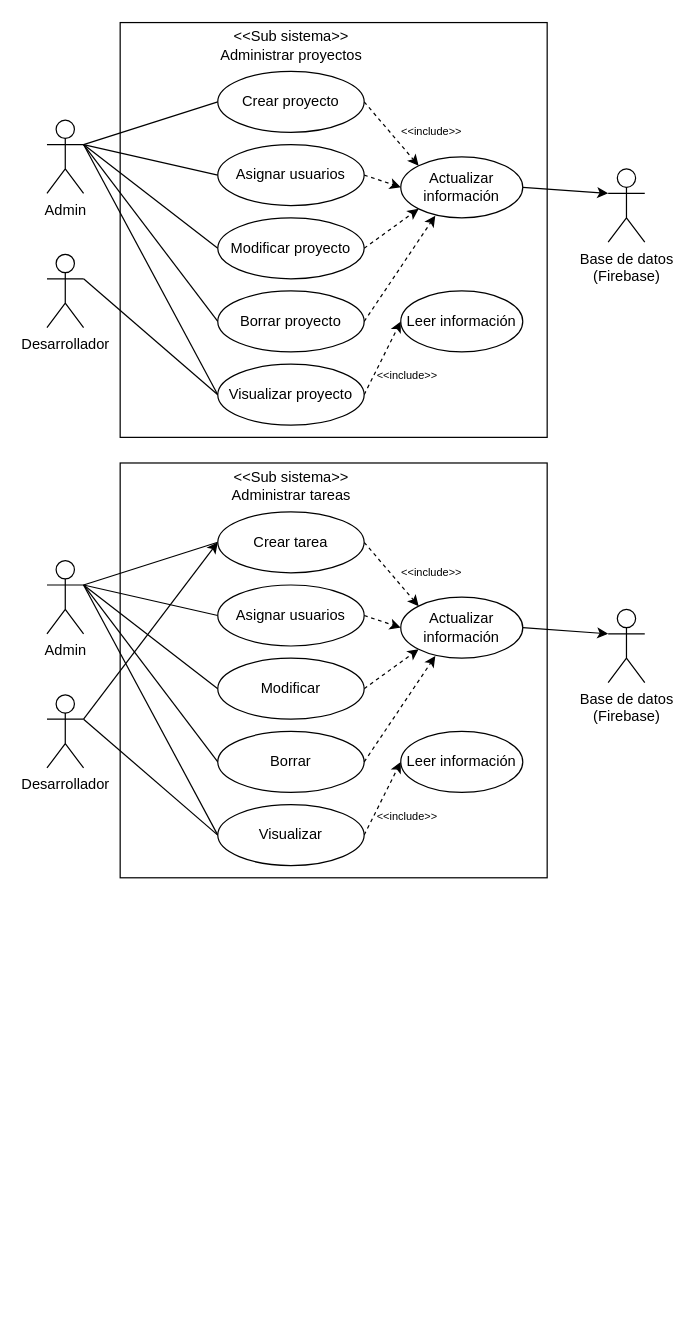
Apantli/Tenor keeps this draw.io diagram as diagrams/use-case-diagram.drawio. Above is the earlier version. Source tidied: cells renumbered, new cells numbered last; positions are measured from the earlier drawing's top-left corner, leaving out a move shared by most shapes. Both pictures are drawn from the tidied source at 122%, with x=0, y=0 at pixel (46, 21).
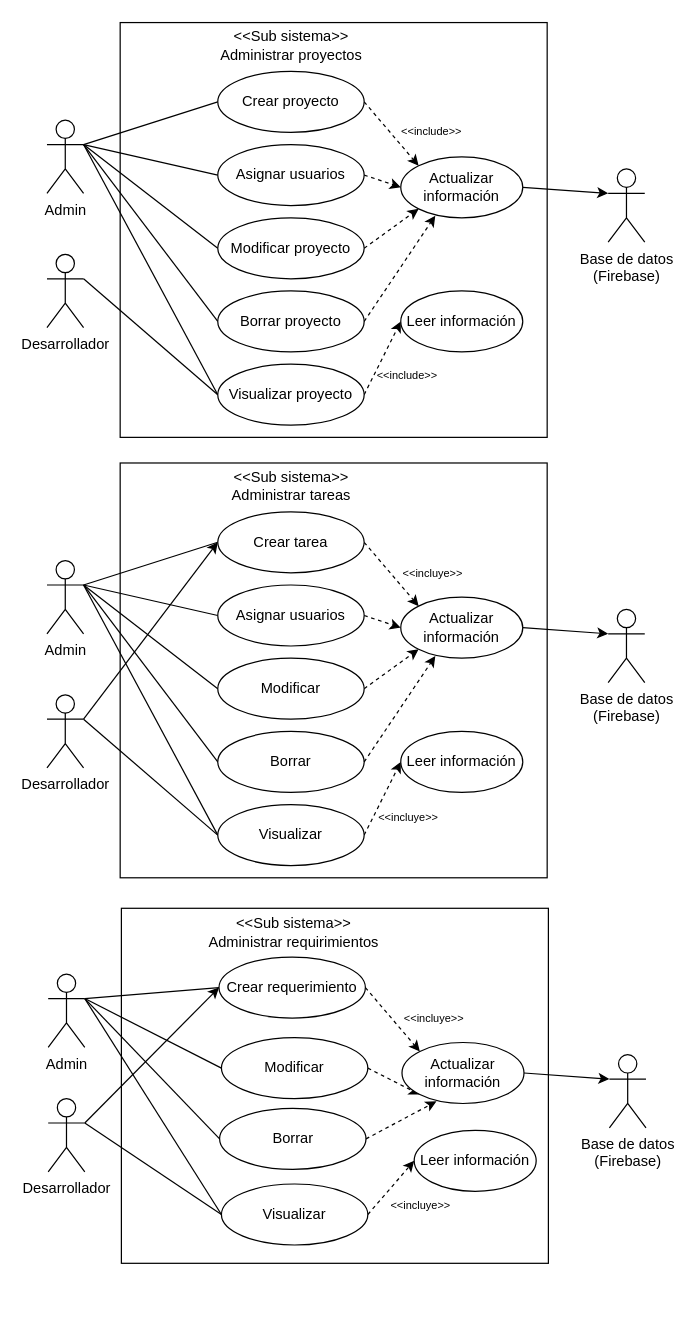
The same page after the edit.

Unchanged cells that the change refers to:
```xml
<mxCell id="29" style="group;" parent="1" vertex="1">
  <mxGeometry y="361" width="490" height="341" as="geometry" />
</mxCell>
```

Diff of the diagram source:
```diff
@@
-    <mxCell id="55" value="&amp;lt;&amp;lt;include&amp;gt;&amp;gt;" style="text;html=1;align=center;verticalAlign=middle;strokeColor=none;fillColor=none;fontSize=9;" parent="29" vertex="1">
-      <mxGeometry x="280" y="81" width="70" height="20" as="geometry" />
+    <mxCell id="55" value="&amp;lt;&amp;lt;incluye&amp;gt;&amp;gt;" style="text;html=1;align=center;verticalAlign=middle;strokeColor=none;fillColor=none;fontSize=9;" parent="29" vertex="1">
+      <mxGeometry x="282" y="80" width="67" height="23" as="geometry" />
     </mxCell>
-    <mxCell id="56" value="&amp;lt;&amp;lt;include&amp;gt;&amp;gt;" style="text;html=1;align=center;verticalAlign=middle;strokeColor=none;fillColor=none;fontSize=9;" parent="29" vertex="1">
-      <mxGeometry x="260" y="281" width="70" height="20" as="geometry" />
+    <mxCell id="56" value="&amp;lt;&amp;lt;incluye&amp;gt;&amp;gt;" style="text;html=1;align=center;verticalAlign=middle;strokeColor=none;fillColor=none;fontSize=9;" parent="29" vertex="1">
+      <mxGeometry x="262" y="280" width="67" height="23" as="geometry" />
     </mxCell>
+    <mxCell id="57" style="group;" parent="1" vertex="1">
+      <mxGeometry x="1" y="726" width="490" height="341" as="geometry" />
+    </mxCell>
+    <mxCell id="58" style="rounded=0;whiteSpace=wrap;html=1;" parent="57" vertex="1">
+      <mxGeometry x="60" y="1" width="350" height="291" as="geometry" />
+    </mxCell>
+    <mxCell id="59" style="edgeStyle=none;rounded=0;jettySize=auto;html=1;exitX=1;exitY=0.3333333333333333;exitDx=0;exitDy=0;exitPerimeter=0;entryX=0;entryY=0.5;entryDx=0;entryDy=0;endArrow=none;startFill=0;" parent="57" edge="1" source="63" target="68">
+      <mxGeometry relative="1" as="geometry" />
+    </mxCell>
+    <mxCell id="60" style="edgeStyle=none;rounded=0;jettySize=auto;html=1;exitX=1;exitY=0.3333333333333333;exitDx=0;exitDy=0;exitPerimeter=0;entryX=0;entryY=0.5;entryDx=0;entryDy=0;endArrow=none;startFill=0;" parent="57" edge="1" source="63" target="72">
+      <mxGeometry relative="1" as="geometry" />
+    </mxCell>
+    <mxCell id="61" style="edgeStyle=none;rounded=0;jettySize=auto;html=1;exitX=1;exitY=0.3333333333333333;exitDx=0;exitDy=0;exitPerimeter=0;entryX=0;entryY=0.5;entryDx=0;entryDy=0;endArrow=none;startFill=0;" parent="57" edge="1" source="63" target="73">
+      <mxGeometry relative="1" as="geometry" />
+    </mxCell>
+    <mxCell id="62" style="edgeStyle=none;rounded=0;jettySize=auto;html=1;exitX=1;exitY=0.3333333333333333;exitDx=0;exitDy=0;exitPerimeter=0;entryX=0;entryY=0.5;entryDx=0;entryDy=0;endArrow=none;startFill=0;" parent="57" edge="1" source="63" target="70">
+      <mxGeometry relative="1" as="geometry" />
+    </mxCell>
+    <mxCell id="63" value="Admin" style="shape=umlActor;verticalLabelPosition=bottom;verticalAlign=top;html=1;outlineConnect=0;" parent="57" vertex="1">
+      <mxGeometry y="55" width="30" height="60" as="geometry" />
+    </mxCell>
+    <mxCell id="64" style="edgeStyle=none;rounded=0;jettySize=auto;html=1;exitX=1;exitY=0.3333333333333333;exitDx=0;exitDy=0;exitPerimeter=0;entryX=0;entryY=0.5;entryDx=0;entryDy=0;endArrow=none;startFill=0;" parent="57" edge="1" source="66" target="70">
+      <mxGeometry relative="1" as="geometry" />
+    </mxCell>
+    <mxCell id="65" style="edgeStyle=none;rounded=0;jettySize=auto;html=1;exitX=1;exitY=0.3333333333333333;exitDx=0;exitDy=0;exitPerimeter=0;entryX=0;entryY=0.5;entryDx=0;entryDy=0;" parent="57" edge="1" source="66" target="68">
+      <mxGeometry relative="1" as="geometry" />
+    </mxCell>
+    <mxCell id="66" value="Desarrollador" style="shape=umlActor;verticalLabelPosition=bottom;verticalAlign=top;html=1;outlineConnect=0;" parent="57" vertex="1">
+      <mxGeometry y="157" width="30" height="60" as="geometry" />
+    </mxCell>
+    <mxCell id="67" style="edgeStyle=none;rounded=0;jettySize=auto;html=1;exitX=1;exitY=0.5;exitDx=0;exitDy=0;entryX=0;entryY=0;entryDx=0;entryDy=0;dashed=1;" parent="57" edge="1" source="68" target="76">
+      <mxGeometry relative="1" as="geometry" />
+    </mxCell>
+    <mxCell id="68" value="Crear requerimiento" style="ellipse;whiteSpace=wrap;html=1;" parent="57" vertex="1">
+      <mxGeometry x="140" y="41" width="120" height="50" as="geometry" />
+    </mxCell>
+    <mxCell id="69" style="edgeStyle=none;rounded=0;jettySize=auto;html=1;exitX=1;exitY=0.5;exitDx=0;exitDy=0;entryX=0;entryY=0.5;entryDx=0;entryDy=0;dashed=1;" parent="57" edge="1" source="70" target="77">
+      <mxGeometry relative="1" as="geometry" />
+    </mxCell>
+    <mxCell id="70" value="Visualizar" style="ellipse;whiteSpace=wrap;html=1;" parent="57" vertex="1">
+      <mxGeometry x="142" y="227" width="120" height="50" as="geometry" />
+    </mxCell>
+    <mxCell id="71" style="edgeStyle=none;rounded=0;jettySize=auto;html=1;exitX=1;exitY=0.5;exitDx=0;exitDy=0;entryX=0;entryY=1;entryDx=0;entryDy=0;dashed=1;" parent="57" edge="1" source="72" target="76">
+      <mxGeometry relative="1" as="geometry" />
+    </mxCell>
+    <mxCell id="72" value="Modificar" style="ellipse;whiteSpace=wrap;html=1;" parent="57" vertex="1">
+      <mxGeometry x="142" y="107" width="120" height="50" as="geometry" />
+    </mxCell>
+    <mxCell id="73" value="Borrar" style="ellipse;whiteSpace=wrap;html=1;" parent="57" vertex="1">
+      <mxGeometry x="140.5" y="165" width="120" height="50" as="geometry" />
+    </mxCell>
+    <mxCell id="74" value="&lt;div&gt;&amp;lt;&amp;lt;Sub sistema&amp;gt;&amp;gt;&lt;/div&gt;Administrar requirimientos" style="text;html=1;align=center;verticalAlign=middle;strokeColor=none;fillColor=none;" parent="57" vertex="1">
+      <mxGeometry x="122" width="157" height="41" as="geometry" />
+    </mxCell>
+    <mxCell id="75" value="Base de datos&lt;div&gt;(Firebase)&lt;/div&gt;" style="shape=umlActor;verticalLabelPosition=bottom;verticalAlign=top;html=1;outlineConnect=0;" parent="57" vertex="1">
+      <mxGeometry x="460" y="121" width="30" height="60" as="geometry" />
+    </mxCell>
+    <mxCell id="76" value="Actualizar&lt;div&gt;información&lt;/div&gt;" style="ellipse;whiteSpace=wrap;html=1;" parent="57" vertex="1">
+      <mxGeometry x="290" y="111" width="100" height="50" as="geometry" />
+    </mxCell>
+    <mxCell id="77" value="Leer información" style="ellipse;whiteSpace=wrap;html=1;" parent="57" vertex="1">
+      <mxGeometry x="300" y="183" width="100" height="50" as="geometry" />
+    </mxCell>
+    <mxCell id="78" style="edgeStyle=none;rounded=0;jettySize=auto;html=1;exitX=1;exitY=0.5;exitDx=0;exitDy=0;entryX=0.283;entryY=0.965;entryDx=0;entryDy=0;entryPerimeter=0;dashed=1;" parent="57" edge="1" source="73" target="76">
+      <mxGeometry relative="1" as="geometry" />
+    </mxCell>
+    <mxCell id="79" style="edgeStyle=none;rounded=0;jettySize=auto;html=1;exitX=1;exitY=0.5;exitDx=0;exitDy=0;entryX=0;entryY=0.3333333333333333;entryDx=0;entryDy=0;entryPerimeter=0;" parent="57" edge="1" source="76" target="75">
+      <mxGeometry relative="1" as="geometry" />
+    </mxCell>
+    <mxCell id="80" value="&amp;lt;&amp;lt;incluye&amp;gt;&amp;gt;" style="text;html=1;align=center;verticalAlign=middle;strokeColor=none;fillColor=none;fontSize=9;" parent="57" vertex="1">
+      <mxGeometry x="282" y="80" width="67" height="23" as="geometry" />
+    </mxCell>
+    <mxCell id="81" value="&amp;lt;&amp;lt;incluye&amp;gt;&amp;gt;" style="text;html=1;align=center;verticalAlign=middle;strokeColor=none;fillColor=none;fontSize=9;" parent="57" vertex="1">
+      <mxGeometry x="271" y="233" width="67" height="23" as="geometry" />
+    </mxCell>
```
